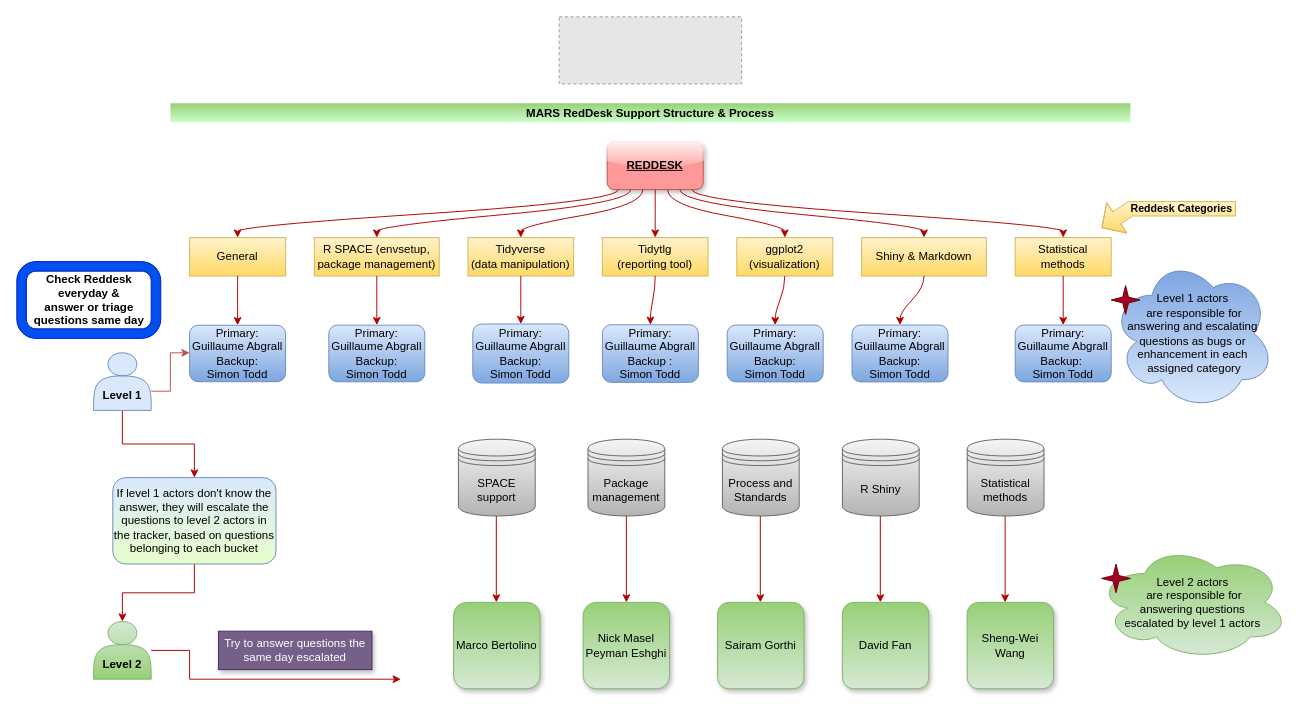
Before: Untitled Diagram.drawio in guigui351/Datacamp-R, a draw.io diagram. Source tidied: cells renumbered, new cells numbered last; positions are measured from the earlier drawing's top-left corner, leaving out a move shared by most shapes. Both pictures are drawn from the tidied source at 96%, with x=0, y=0 at pixel (16, 16). Pictures stored in the file or linked from it are replaced by grey dashed boxes.
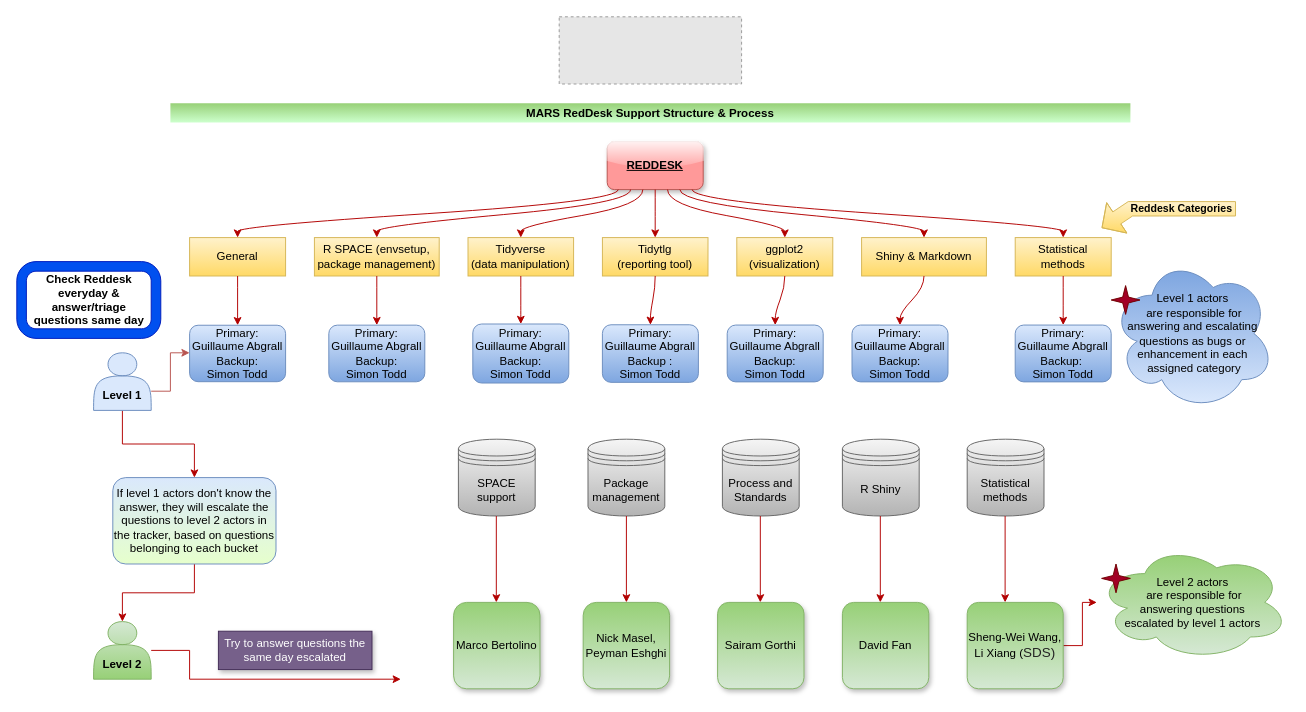
The same diagram, later.

Unchanged cells that the change refers to:
```xml
<mxCell id="57" value="Level 2 actors&lt;br&gt;&amp;nbsp;are responsible for &lt;br&gt;answering questions &lt;br&gt;escalated by level 1 actors" style="ellipse;shape=cloud;whiteSpace=wrap;html=1;shadow=0;fillColor=#d5e8d4;gradientDirection=north;gradientColor=#97d077;strokeColor=#82b366;sketch=0;" parent="1" vertex="1">
  <mxGeometry x="1125" y="550" width="200" height="120" as="geometry" />
</mxCell>
```

Change to the diagram source:
```diff
@@
-    <mxCell id="42" value="&lt;b&gt;Check Reddesk &lt;br&gt;everyday &amp;amp; &lt;br&gt;answer or triage &lt;br&gt;questions same day&lt;/b&gt;" style="text;html=1;align=center;verticalAlign=middle;strokeColor=none;fillColor=none;" parent="1" vertex="1">
+    <mxCell id="42" value="&lt;b&gt;Check Reddesk &lt;br&gt;everyday &amp;amp; &lt;br&gt;answer/triage &lt;br&gt;questions same day&lt;/b&gt;" style="text;html=1;align=center;verticalAlign=middle;strokeColor=none;fillColor=none;" parent="1" vertex="1">
       <mxGeometry x="10" y="265" width="130" height="60" as="geometry" />
     </mxCell>
@@
-    <mxCell id="49" value="Nick Masel&lt;br&gt;&lt;font style=&quot;font-size: 12px&quot;&gt;Peyman&amp;nbsp;&lt;/font&gt;Eshghi" style="rounded=1;whiteSpace=wrap;html=1;shadow=1;glass=0;sketch=0;fillColor=#d5e8d4;gradientDirection=north;strokeColor=#82b366;gradientColor=#97d077;" parent="1" vertex="1">
+    <mxCell id="49" value="Nick Masel,&lt;br&gt;&lt;font style=&quot;font-size: 12px&quot;&gt;Peyman&amp;nbsp;&lt;/font&gt;Eshghi" style="rounded=1;whiteSpace=wrap;html=1;shadow=1;glass=0;sketch=0;fillColor=#d5e8d4;gradientDirection=north;strokeColor=#82b366;gradientColor=#97d077;" parent="1" vertex="1">
       <mxGeometry x="590" y="610" width="90" height="90" as="geometry" />
     </mxCell>
@@
+    <mxCell id="63" style="edgeStyle=orthogonalEdgeStyle;rounded=0;jettySize=auto;html=1;labelBackgroundColor=none;fontFamily=Helvetica;fontSize=12;fontColor=#000000;strokeColor=#B20000;" parent="1" edge="1" source="61" target="57">
+      <mxGeometry relative="1" as="geometry" />
+    </mxCell>
-    <mxCell id="61" value="&lt;span&gt;&lt;font style=&quot;font-size: 12px&quot;&gt;Sheng-Wei Wang&lt;/font&gt;&lt;/span&gt;" style="rounded=1;whiteSpace=wrap;html=1;shadow=1;glass=0;sketch=0;fillColor=#d5e8d4;gradientDirection=north;strokeColor=#82b366;gradientColor=#97d077;arcSize=13;" parent="1" vertex="1">
-      <mxGeometry x="990" y="610" width="90" height="90" as="geometry" />
+    <mxCell id="61" value="&lt;span&gt;&lt;font style=&quot;font-size: 12px&quot;&gt;Sheng-Wei Wang,&lt;br&gt;Li Xiang (&lt;/font&gt;&lt;/span&gt;&lt;span style=&quot;color: rgb(36 , 36 , 36) ; font-family: &amp;#34;segoe ui&amp;#34; , , &amp;#34;apple color emoji&amp;#34; , &amp;#34;segoe ui emoji&amp;#34; , sans-serif ; font-size: 14px&quot;&gt;SDS)&lt;/span&gt;&lt;span&gt;&lt;font style=&quot;font-size: 12px&quot;&gt;&lt;br&gt;&lt;/font&gt;&lt;/span&gt;" style="rounded=1;whiteSpace=wrap;html=1;shadow=1;glass=0;sketch=0;fillColor=#d5e8d4;gradientDirection=north;strokeColor=#82b366;gradientColor=#97d077;arcSize=13;" parent="1" vertex="1">
+      <mxGeometry x="990" y="610" width="100" height="90" as="geometry" />
     </mxCell>
```
